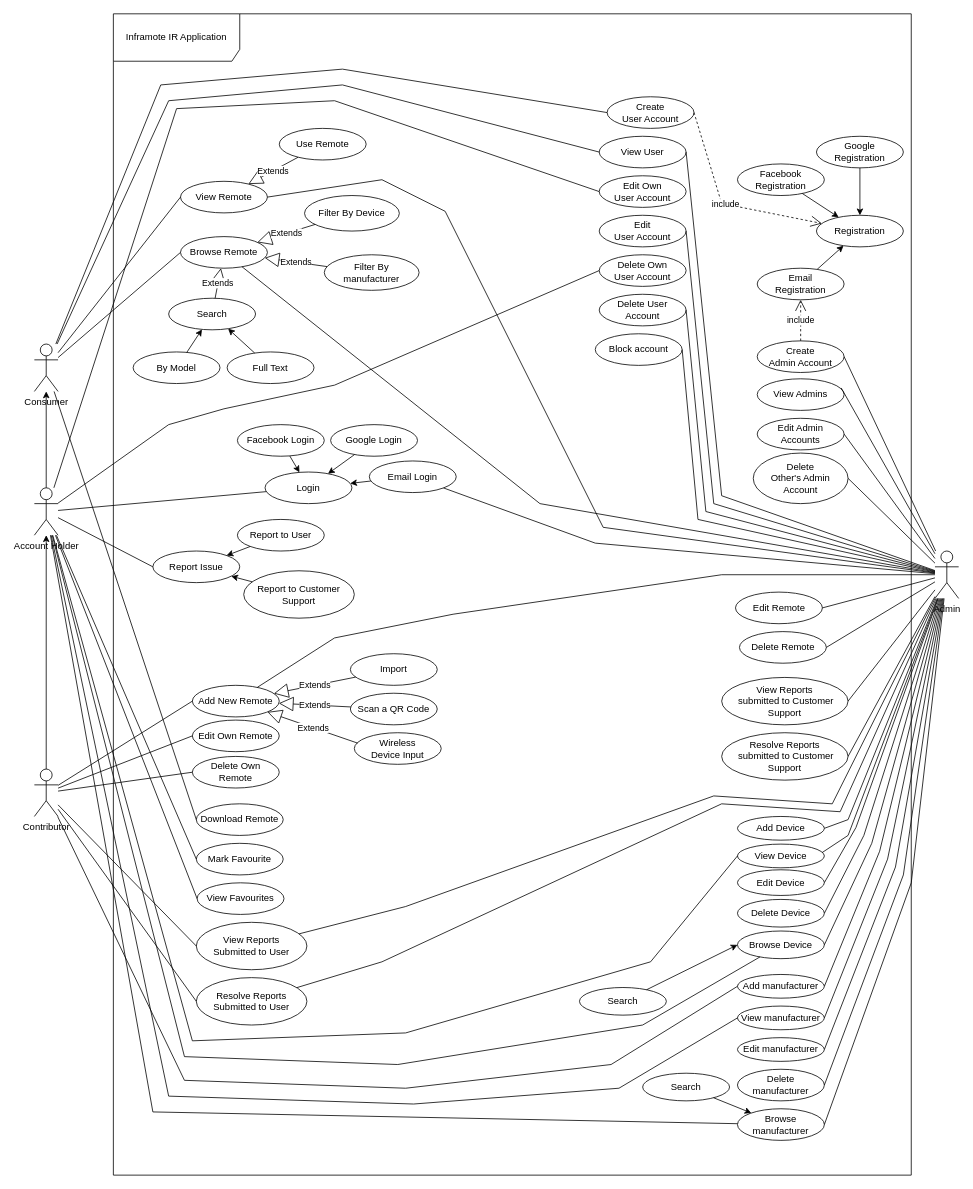
This is Requirements/Use Case Diagram.drawio from princebillygk/inframote-docs, a draw.io file, before an edit. Source tidied: cells renumbered, new cells numbered last; positions are measured from the earlier drawing's top-left corner, leaving out a move shared by most shapes. Both pictures are drawn from the tidied source at 79%, with x=0, y=0 at pixel (34, 13).
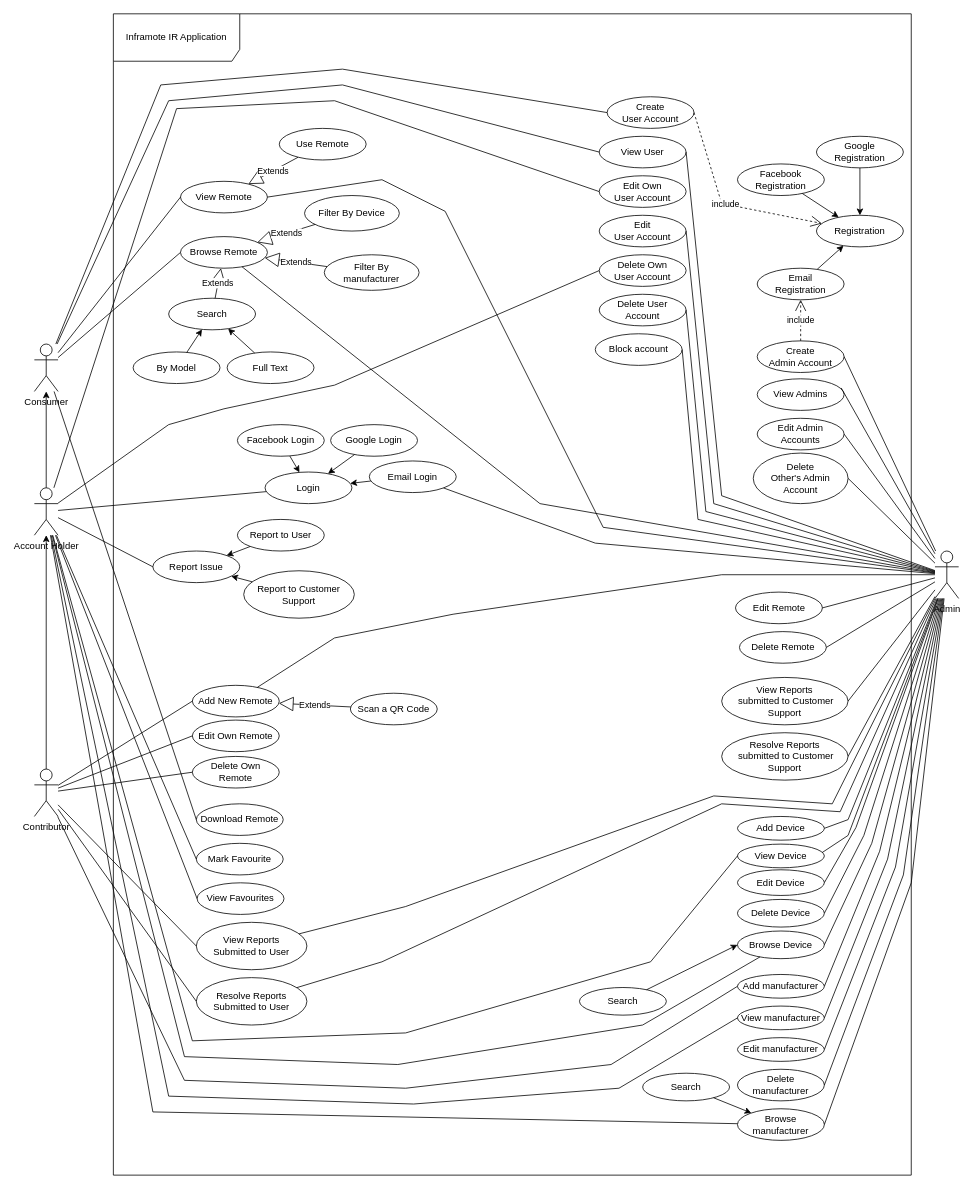
The same diagram, later.

The change refers to these unchanged cells:
```xml
<mxCell id="5" value="Add New Remote" style="ellipse;whiteSpace=wrap;html=1;" parent="1" vertex="1">
  <mxGeometry x="200" y="850" width="110" height="40" as="geometry" />
</mxCell>
```

Diff of the diagram source:
```diff
@@
-    <mxCell id="104" value="Import" style="ellipse;whiteSpace=wrap;html=1;" parent="1" vertex="1">
-      <mxGeometry x="400" y="810" width="110" height="40" as="geometry" />
-    </mxCell>
-    <mxCell id="105" value="Wireless&lt;br&gt;Device Input" style="ellipse;whiteSpace=wrap;html=1;" parent="1" vertex="1">
-      <mxGeometry x="405" y="910" width="110" height="40" as="geometry" />
-    </mxCell>
-    <mxCell id="106" value="Extends" style="endArrow=block;endSize=16;endFill=0;html=1;rounded=0;exitX=0.039;exitY=0.33;exitDx=0;exitDy=0;exitPerimeter=0;" parent="1" edge="1" source="105" target="5">
-      <mxGeometry relative="1" as="geometry" />
-    </mxCell>
-    <mxCell id="107" value="Extends" style="endArrow=block;endSize=16;endFill=0;html=1;rounded=0;" parent="1" edge="1" source="104" target="5">
-      <mxGeometry relative="1" as="geometry" />
-    </mxCell>
```
